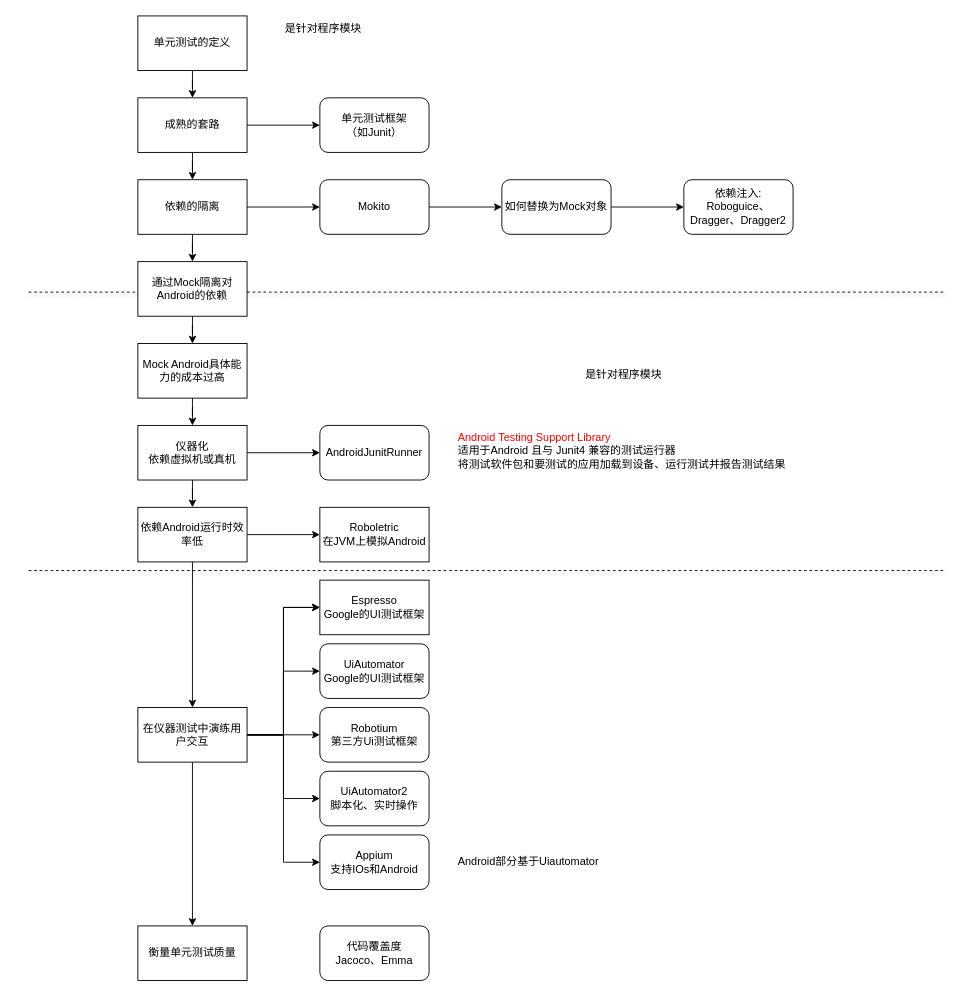
walkwall/drawing keeps this draw.io diagram as 单元测试.drawio. Above is the earlier version. Source tidied: cells renumbered, new cells numbered last; positions are measured from the earlier drawing's top-left corner, leaving out a move shared by most shapes. Both pictures are drawn from the tidied source at 91%, with x=0, y=0 at pixel (28, 15).
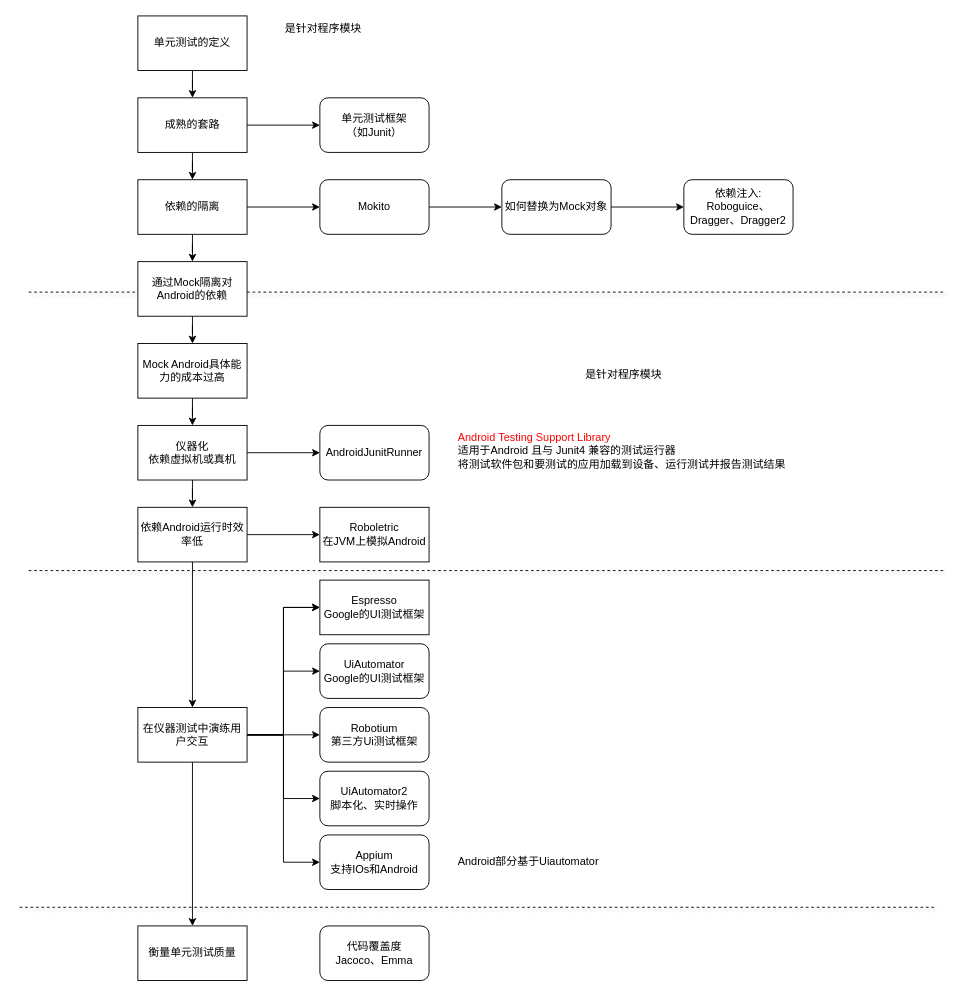
Above is the later version.

Change to the diagram source:
```diff
@@
+    <mxCell id="49" style="endArrow=none;dashed=1;html=1;shadow=1;" parent="1" edge="1">
+      <mxGeometry relative="1" as="geometry">
+        <mxPoint x="-10" y="979.5" as="sourcePoint" />
+        <mxPoint x="996" y="979.5" as="targetPoint" />
+      </mxGeometry>
+    </mxCell>
```
